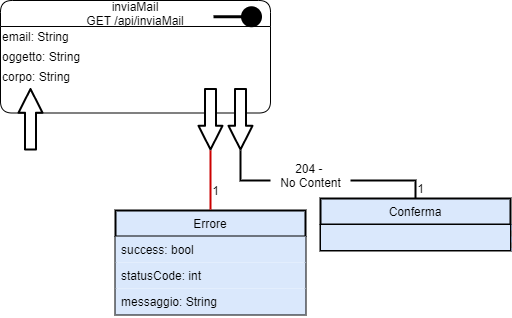
Above: UML/Diagramma Risorse/Diagramma Risorse Mail.png in G15-UniTN/iSpesa (draw.io), before the change. Source tidied: cells renumbered, new cells last; positions are measured from the earlier drawing's top-left corner, leaving out a move shared by most shapes.
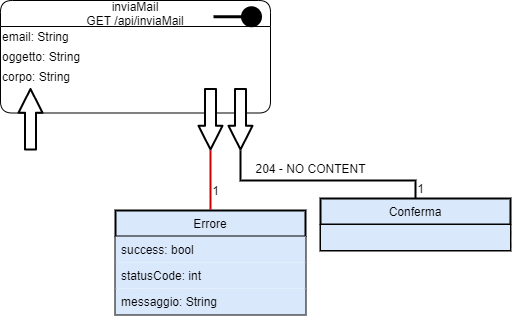
The same diagram one commit later.

The edit, as a diff of the source:
```diff
@@ -73,8 +73,8 @@
     <mxCell id="18" value="1" style="text;html=1;align=center;verticalAlign=middle;strokeColor=none;" parent="1" vertex="1">
       <mxGeometry x="410" y="178" width="20" height="20" as="geometry" />
     </mxCell>
-    <mxCell id="19" value="204 - &lt;br&gt;No Content" style="text;html=1;align=center;verticalAlign=middle;strokeColor=none;fillColor=#ffffff;" parent="1" vertex="1">
-      <mxGeometry x="270" y="160" width="80" height="30" as="geometry" />
+    <mxCell id="19" value="204 - NO CONTENT" style="text;html=1;align=center;verticalAlign=middle;strokeColor=none;" parent="1" vertex="1">
+      <mxGeometry x="245" y="158" width="130" height="20" as="geometry" />
     </mxCell>
     <mxCell id="20" value="oggetto: String" style="text;html=1;align=left;verticalAlign=middle;strokeColor=none;" parent="1" vertex="1">
       <mxGeometry y="46" width="90" height="20" as="geometry" />
```
